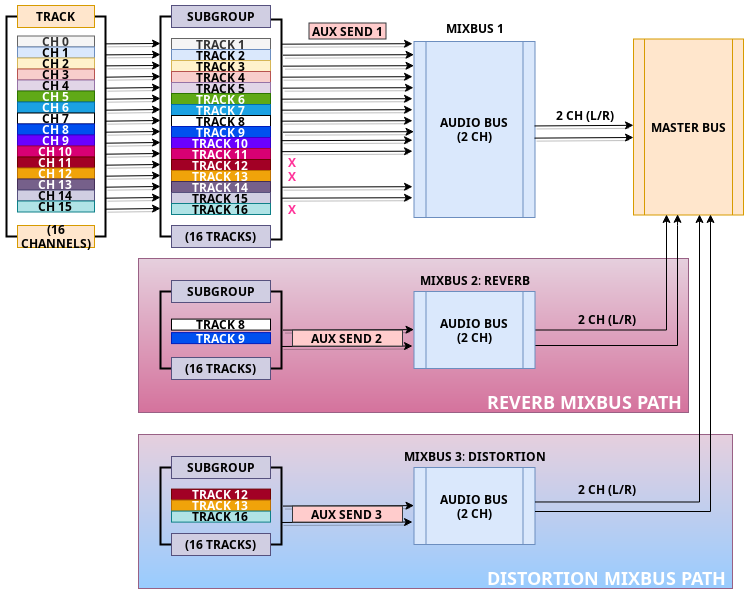
chrisanthropic/LinuxMusicProduction keeps this draw.io diagram as images/signal flow/signal-flow-aux-send-with-subgroup-reverb-send-and-distortion-send-stereo.png. Above is the earlier version. Source tidied: cells renumbered, new cells last; positions are measured from the earlier drawing's top-left corner, leaving out a move shared by most shapes.
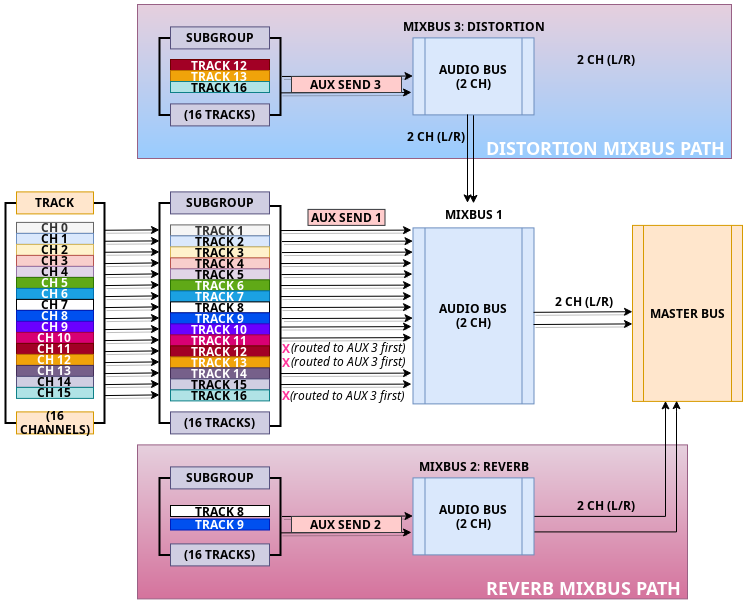
Above is the later version.

Commit message:
final old style diagram image before migrating to new format

Change to the diagram source:
```diff
@@ -386,81 +386,86 @@
     <mxCell id="93" value="&lt;b&gt;AUX SEND 2&lt;br&gt;&lt;/b&gt;" style="rounded=0;whiteSpace=wrap;html=1;labelBackgroundColor=none;strokeColor=#36393d;fillColor=#ffcccc;" parent="1" vertex="1">
       <mxGeometry x="286" y="324.6" width="110" height="16" as="geometry" />
     </mxCell>
-    <mxCell id="94" style="rounded=0;whiteSpace=wrap;html=1;fillColor=#e6d0de;strokeColor=#996185;gradientColor=#99CCFF;" parent="1" vertex="1">
-      <mxGeometry x="132" y="429" width="594" height="154" as="geometry" />
-    </mxCell>
-    <mxCell id="95" style="strokeWidth=2;html=1;shape=mxgraph.flowchart.annotation_1;align=left;labelBackgroundColor=none;fontColor=#000000;rotation=-180;" parent="1" vertex="1">
-      <mxGeometry x="253" y="462" width="22" height="77" as="geometry" />
-    </mxCell>
-    <mxCell id="96" style="strokeWidth=2;html=1;shape=mxgraph.flowchart.annotation_1;align=left;labelBackgroundColor=none;fontColor=#000000;" parent="1" vertex="1">
-      <mxGeometry x="154" y="462" width="22" height="77" as="geometry" />
-    </mxCell>
+    <mxCell id="111" value="&lt;font color=&quot;#FF3399&quot;&gt;&lt;b&gt;X&lt;/b&gt;&lt;/font&gt;" style="text;html=1;strokeColor=none;fillColor=none;align=center;verticalAlign=middle;whiteSpace=wrap;rounded=0;" parent="1" vertex="1">
+      <mxGeometry x="275" y="147" width="11" height="20" as="geometry" />
+    </mxCell>
+    <mxCell id="112" value="&lt;font color=&quot;#FF3399&quot;&gt;&lt;b&gt;X&lt;/b&gt;&lt;/font&gt;" style="text;html=1;strokeColor=none;fillColor=none;align=center;verticalAlign=middle;whiteSpace=wrap;rounded=0;" parent="1" vertex="1">
+      <mxGeometry x="275" y="160.5" width="11" height="20" as="geometry" />
+    </mxCell>
+    <mxCell id="113" value="&lt;font color=&quot;#FF3399&quot;&gt;&lt;b&gt;X&lt;/b&gt;&lt;/font&gt;" style="text;html=1;strokeColor=none;fillColor=none;align=center;verticalAlign=middle;whiteSpace=wrap;rounded=0;" parent="1" vertex="1">
+      <mxGeometry x="275" y="193.5" width="11" height="20" as="geometry" />
+    </mxCell>
+    <mxCell id="114" style="rounded=0;whiteSpace=wrap;html=1;fillColor=#e6d0de;strokeColor=#996185;gradientColor=#99CCFF;" parent="1" vertex="1">
+      <mxGeometry x="132" y="-187.4" width="594" height="154" as="geometry" />
+    </mxCell>
+    <mxCell id="115" style="strokeWidth=2;html=1;shape=mxgraph.flowchart.annotation_1;align=left;labelBackgroundColor=none;fontColor=#000000;rotation=-180;" parent="1" vertex="1">
+      <mxGeometry x="253" y="-154" width="22" height="77" as="geometry" />
+    </mxCell>
+    <mxCell id="116" style="strokeWidth=2;html=1;shape=mxgraph.flowchart.annotation_1;align=left;labelBackgroundColor=none;fontColor=#000000;" parent="1" vertex="1">
+      <mxGeometry x="154" y="-154" width="22" height="77" as="geometry" />
+    </mxCell>
     <mxCell id="97" value="&lt;b&gt;SUBGROUP&lt;/b&gt;" style="rounded=0;whiteSpace=wrap;html=1;labelBackgroundColor=none;fillColor=#d0cee2;strokeColor=#56517e;" parent="1" vertex="1">
-      <mxGeometry x="165" y="451" width="99" height="22" as="geometry" />
+      <mxGeometry x="165" y="-165" width="99" height="22" as="geometry" />
     </mxCell>
     <mxCell id="98" value="&lt;b&gt;(16 TRACKS)&lt;/b&gt;" style="rounded=0;whiteSpace=wrap;html=1;labelBackgroundColor=none;fillColor=#d0cee2;strokeColor=#56517e;" parent="1" vertex="1">
-      <mxGeometry x="165" y="528" width="99" height="22" as="geometry" />
+      <mxGeometry x="165" y="-88" width="99" height="22" as="geometry" />
     </mxCell>
+    <mxCell id="117" style="edgeStyle=orthogonalEdgeStyle;rounded=0;jettySize=auto;html=1;exitX=0.5;exitY=1;exitDx=0;exitDy=0;" parent="1" edge="1" source="99" target="61">
+      <mxGeometry relative="1" as="geometry" />
+    </mxCell>
     <mxCell id="99" value="&lt;b&gt;AUDIO BUS&lt;br&gt;(2 CH)&lt;/b&gt;" style="shape=process;whiteSpace=wrap;html=1;backgroundOutline=1;fillColor=#dae8fc;strokeColor=#6c8ebf;" parent="1" vertex="1">
-      <mxGeometry x="407.5" y="462" width="121" height="77" as="geometry" />
+      <mxGeometry x="407.5" y="-154" width="121" height="77" as="geometry" />
     </mxCell>
     <mxCell id="100" value="&lt;b&gt;MIXBUS 3&lt;/b&gt;: &lt;b&gt;DISTORTION&lt;/b&gt;" style="text;html=1;align=center;verticalAlign=middle;fontColor=#000000;" parent="1" vertex="1">
-      <mxGeometry x="391" y="440" width="154" height="22" as="geometry" />
+      <mxGeometry x="391" y="-176" width="154" height="22" as="geometry" />
     </mxCell>
-    <mxCell id="101" style="endArrow=classic;html=1;shadow=1;fontColor=#000000;fillColor=none;entryX=-0.008;entryY=0.545;entryDx=0;entryDy=0;entryPerimeter=0;" parent="1" edge="1">
-      <mxGeometry relative="1" as="geometry">
-        <mxPoint x="276.5" y="500.6" as="sourcePoint" />
-        <mxPoint x="407.5" y="500.1" as="targetPoint" />
-      </mxGeometry>
-    </mxCell>
-    <mxCell id="102" value="&lt;b&gt;2 CH (L/R)&lt;/b&gt;" style="text;html=1;align=center;verticalAlign=middle;fontColor=#000000;" parent="1" vertex="1">
-      <mxGeometry x="561" y="473" width="77" height="22" as="geometry" />
-    </mxCell>
+    <mxCell id="118" style="endArrow=classic;html=1;shadow=1;fontColor=#000000;fillColor=none;entryX=-0.008;entryY=0.545;entryDx=0;entryDy=0;entryPerimeter=0;" parent="1" edge="1">
+      <mxGeometry relative="1" as="geometry">
+        <mxPoint x="276.5" y="-115.4" as="sourcePoint" />
+        <mxPoint x="407.5" y="-115.9" as="targetPoint" />
+      </mxGeometry>
+    </mxCell>
+    <mxCell id="119" value="&lt;b&gt;2 CH (L/R)&lt;/b&gt;" style="text;html=1;align=center;verticalAlign=middle;fontColor=#000000;" parent="1" vertex="1">
+      <mxGeometry x="561" y="-143" width="77" height="22" as="geometry" />
+    </mxCell>
     <mxCell id="103" value="&lt;span&gt;&lt;font style=&quot;font-size: 18px&quot;&gt;&lt;b&gt;DISTORTION MIXBUS PATH&lt;/b&gt;&lt;/font&gt;&lt;/span&gt;" style="text;html=1;align=center;verticalAlign=middle;labelBackgroundColor=none;fontColor=#FFFFFF;" parent="1" vertex="1">
-      <mxGeometry x="473" y="561" width="253" height="22" as="geometry" />
+      <mxGeometry x="473" y="-55.4" width="253" height="22" as="geometry" />
     </mxCell>
-    <mxCell id="104" style="endArrow=classic;html=1;shadow=1;fontColor=#000000;fillColor=none;entryX=-0.008;entryY=0.545;entryDx=0;entryDy=0;entryPerimeter=0;" parent="1" edge="1">
-      <mxGeometry relative="1" as="geometry">
-        <mxPoint x="275" y="517" as="sourcePoint" />
-        <mxPoint x="406" y="516.5" as="targetPoint" />
-      </mxGeometry>
-    </mxCell>
+    <mxCell id="120" style="endArrow=classic;html=1;shadow=1;fontColor=#000000;fillColor=none;entryX=-0.008;entryY=0.545;entryDx=0;entryDy=0;entryPerimeter=0;" parent="1" edge="1">
+      <mxGeometry relative="1" as="geometry">
+        <mxPoint x="275" y="-99" as="sourcePoint" />
+        <mxPoint x="406" y="-99.5" as="targetPoint" />
+      </mxGeometry>
+    </mxCell>
     <mxCell id="105" value="&lt;b&gt;AUX SEND 3&lt;br&gt;&lt;/b&gt;" style="rounded=0;whiteSpace=wrap;html=1;labelBackgroundColor=none;strokeColor=#36393d;fillColor=#ffcccc;" parent="1" vertex="1">
-      <mxGeometry x="286" y="500.6" width="110" height="16" as="geometry" />
+      <mxGeometry x="286" y="-115.4" width="110" height="16" as="geometry" />
     </mxCell>
-    <mxCell id="106" style="edgeStyle=orthogonalEdgeStyle;rounded=0;orthogonalLoop=1;jettySize=auto;html=1;exitX=1;exitY=0.5;exitDx=0;exitDy=0;" parent="1" edge="1">
-      <mxGeometry relative="1" as="geometry">
-        <mxPoint x="528.5" y="496.5" as="sourcePoint" />
-        <mxPoint x="693" y="209" as="targetPoint" />
-        <Array as="points">
-          <mxPoint x="693" y="497" />
-        </Array>
-      </mxGeometry>
-    </mxCell>
-    <mxCell id="107" style="edgeStyle=orthogonalEdgeStyle;rounded=0;jettySize=auto;html=1;entryX=0.7;entryY=0.997;entryDx=0;entryDy=0;entryPerimeter=0;" parent="1" edge="1" source="99" target="5">
-      <mxGeometry relative="1" as="geometry">
-        <Array as="points">
-          <mxPoint x="704" y="506" />
-        </Array>
-      </mxGeometry>
-    </mxCell>
     <mxCell id="108" value="&lt;div&gt;&lt;b&gt;TRACK 12&lt;br&gt;&lt;/b&gt;&lt;/div&gt;" style="rounded=0;whiteSpace=wrap;html=1;fontColor=#ffffff;fillColor=#a20025;strokeColor=#6F0000;" parent="1" vertex="1">
-      <mxGeometry x="165" y="483.6" width="99" height="11" as="geometry" />
+      <mxGeometry x="165" y="-132.4" width="99" height="11" as="geometry" />
     </mxCell>
     <mxCell id="109" value="&lt;b&gt;TRACK 13&lt;br&gt;&lt;/b&gt;" style="rounded=0;whiteSpace=wrap;html=1;fontColor=#ffffff;fillColor=#f0a30a;strokeColor=#BD7000;" parent="1" vertex="1">
-      <mxGeometry x="165" y="494.6" width="99" height="11" as="geometry" />
+      <mxGeometry x="165" y="-121.4" width="99" height="11" as="geometry" />
     </mxCell>
     <mxCell id="110" value="&lt;div&gt;&lt;b&gt;TRACK 16&lt;br&gt;&lt;/b&gt;&lt;/div&gt;" style="rounded=0;whiteSpace=wrap;html=1;fillColor=#b0e3e6;strokeColor=#0e8088;" parent="1" vertex="1">
-      <mxGeometry x="165" y="505.6" width="99" height="11" as="geometry" />
+      <mxGeometry x="165" y="-110.4" width="99" height="11" as="geometry" />
     </mxCell>
-    <mxCell id="111" value="&lt;font color=&quot;#FF3399&quot;&gt;&lt;b&gt;X&lt;/b&gt;&lt;/font&gt;" style="text;html=1;strokeColor=none;fillColor=none;align=center;verticalAlign=middle;whiteSpace=wrap;rounded=0;" parent="1" vertex="1">
-      <mxGeometry x="275" y="147" width="22" height="20" as="geometry" />
-    </mxCell>
-    <mxCell id="112" value="&lt;font color=&quot;#FF3399&quot;&gt;&lt;b&gt;X&lt;/b&gt;&lt;/font&gt;" style="text;html=1;strokeColor=none;fillColor=none;align=center;verticalAlign=middle;whiteSpace=wrap;rounded=0;" parent="1" vertex="1">
-      <mxGeometry x="275" y="160.5" width="22" height="20" as="geometry" />
-    </mxCell>
-    <mxCell id="113" value="&lt;font color=&quot;#FF3399&quot;&gt;&lt;b&gt;X&lt;/b&gt;&lt;/font&gt;" style="text;html=1;strokeColor=none;fillColor=none;align=center;verticalAlign=middle;whiteSpace=wrap;rounded=0;" parent="1" vertex="1">
-      <mxGeometry x="275" y="193.5" width="22" height="20" as="geometry" />
-    </mxCell>
+    <mxCell id="121" style="edgeStyle=orthogonalEdgeStyle;rounded=0;orthogonalLoop=1;jettySize=auto;html=1;exitX=0.5;exitY=1;exitDx=0;exitDy=0;" parent="1" edge="1">
+      <mxGeometry relative="1" as="geometry">
+        <mxPoint x="462" y="-77.5" as="sourcePoint" />
+        <mxPoint x="462" y="11" as="targetPoint" />
+      </mxGeometry>
+    </mxCell>
+    <mxCell id="122" value="&lt;b&gt;2 CH (L/R)&lt;/b&gt;" style="text;html=1;align=center;verticalAlign=middle;fontColor=#000000;" parent="1" vertex="1">
+      <mxGeometry x="391" y="-66" width="77" height="22" as="geometry" />
+    </mxCell>
+    <mxCell id="123" value="&lt;font style=&quot;font-size: 10px&quot;&gt;&lt;i&gt;(routed to AUX 3 first)&lt;/i&gt;&lt;/font&gt;" style="text;html=1;align=center;verticalAlign=middle;" parent="1" vertex="1">
+      <mxGeometry x="275.5" y="145" width="132" height="22" as="geometry" />
+    </mxCell>
+    <mxCell id="124" value="&lt;font style=&quot;font-size: 10px&quot;&gt;&lt;i&gt;(routed to AUX 3 first)&lt;/i&gt;&lt;/font&gt;" style="text;html=1;align=center;verticalAlign=middle;" parent="1" vertex="1">
+      <mxGeometry x="275.5" y="158.5" width="132" height="22" as="geometry" />
+    </mxCell>
+    <mxCell id="125" value="&lt;font style=&quot;font-size: 10px&quot;&gt;&lt;i&gt;(routed to AUX 3 first)&lt;/i&gt;&lt;/font&gt;" style="text;html=1;align=center;verticalAlign=middle;" parent="1" vertex="1">
+      <mxGeometry x="275" y="192.5" width="132" height="22" as="geometry" />
+    </mxCell>
   </root>
 </mxGraphModel>
```
